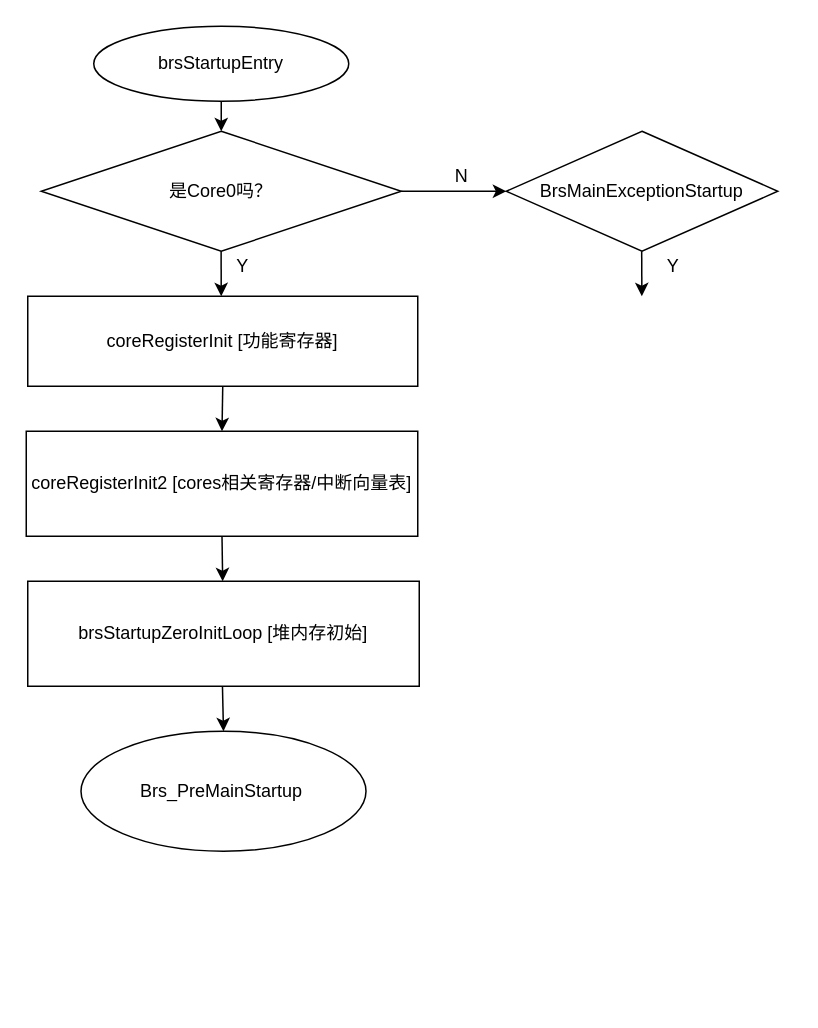
This is page "APP_BOOT" (1 of 4) of Untitled Diagram.drawio from muxi01/process_scheme, a draw.io file, before an edit. Source tidied: cells renumbered, new cells numbered last; positions are measured from the earlier drawing's top-left corner, leaving out a move shared by most shapes. Both pictures are drawn from the tidied source at 150%, with x=0, y=0 at pixel (26, 26).
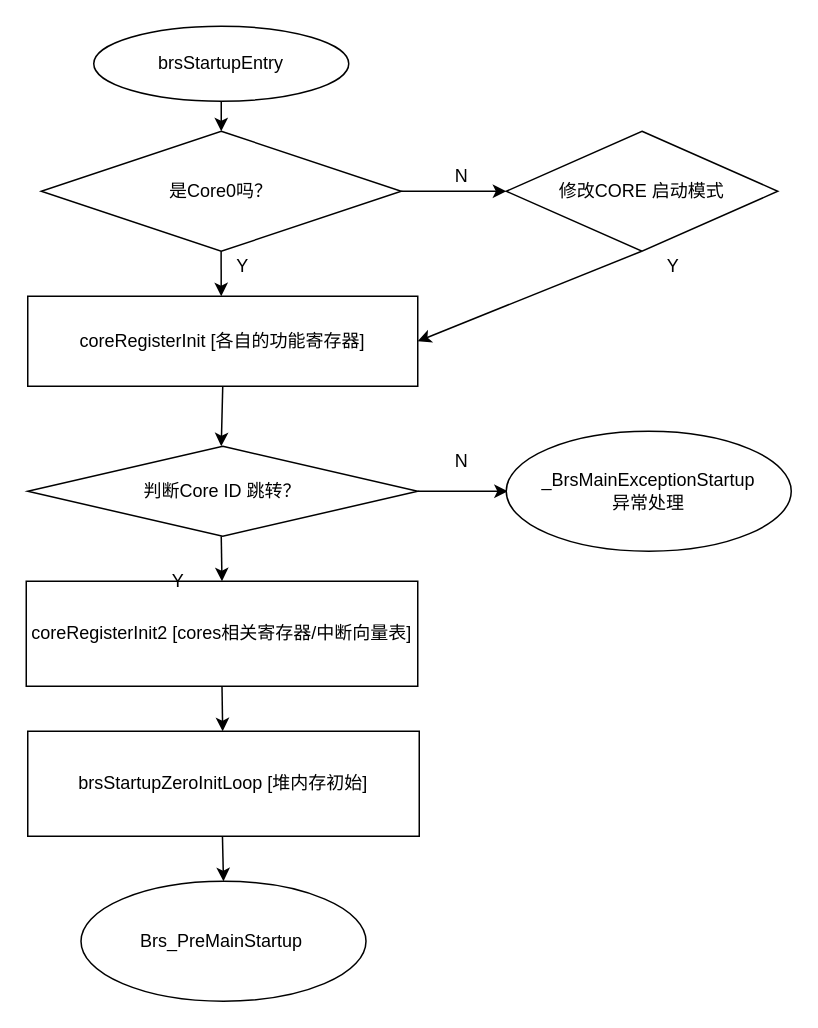
Above is the later version.

What changed in the source:
```diff
@@
-    <mxCell id="5" value="coreRegisterInit [功能寄存器]" style="rounded=0;whiteSpace=wrap;html=1;" parent="1" vertex="1">
+    <mxCell id="5" value="coreRegisterInit [各自的功能寄存器]" style="rounded=0;whiteSpace=wrap;html=1;" parent="1" vertex="1">
       <mxGeometry x="1" y="180" width="260" height="60" as="geometry" />
     </mxCell>
@@
-    <mxCell id="10" value="BrsMainExceptionStartup" style="rhombus;whiteSpace=wrap;html=1;" parent="1" vertex="1">
+    <mxCell id="10" value="修改CORE 启动模式" style="rhombus;whiteSpace=wrap;html=1;" parent="1" vertex="1">
       <mxGeometry x="320" y="70" width="181" height="80" as="geometry" />
     </mxCell>
@@
-    <mxCell id="12" style="endArrow=classic;html=1;rounded=0;exitX=0.5;exitY=1;exitDx=0;exitDy=0;" parent="1" edge="1">
+    <mxCell id="12" style="endArrow=classic;html=1;rounded=0;exitX=0.5;exitY=1;exitDx=0;exitDy=0;entryX=1;entryY=0.5;entryDx=0;entryDy=0;" parent="1" edge="1" target="5">
       <mxGeometry relative="1" as="geometry">
         <mxPoint x="410.3" y="150" as="sourcePoint" />
-        <mxPoint x="410.4" y="180" as="targetPoint" />
       </mxGeometry>
     </mxCell>
     <mxCell id="13" value="coreRegisterInit2 [cores相关寄存器/中断向量表]" style="rounded=0;whiteSpace=wrap;html=1;" parent="1" vertex="1">
-      <mxGeometry y="270" width="261" height="70" as="geometry" />
+      <mxGeometry y="370" width="261" height="70" as="geometry" />
     </mxCell>
-    <mxCell id="14" style="endArrow=classic;html=1;rounded=0;exitX=0.5;exitY=1;exitDx=0;exitDy=0;entryX=0.5;entryY=0;entryDx=0;entryDy=0;" parent="1" edge="1" source="5" target="13">
-      <mxGeometry relative="1" as="geometry" />
+    <mxCell id="14" style="endArrow=classic;html=1;rounded=0;exitX=0.5;exitY=1;exitDx=0;exitDy=0;entryX=0.5;entryY=0;entryDx=0;entryDy=0;" parent="1" edge="1" source="5">
+      <mxGeometry relative="1" as="geometry">
+        <mxPoint x="130" y="280" as="targetPoint" />
+      </mxGeometry>
     </mxCell>
     <mxCell id="15" value="brsStartupZeroInitLoop [堆内存初始]" style="rounded=0;whiteSpace=wrap;html=1;" parent="1" vertex="1">
-      <mxGeometry x="1" y="370" width="261" height="70" as="geometry" />
+      <mxGeometry x="1" y="470" width="261" height="70" as="geometry" />
     </mxCell>
@@
     <mxCell id="17" value="Brs_PreMainStartup&amp;nbsp;" style="ellipse;whiteSpace=wrap;html=1;" parent="1" vertex="1">
-      <mxGeometry x="36.5" y="470" width="190" height="80" as="geometry" />
+      <mxGeometry x="36.5" y="570" width="190" height="80" as="geometry" />
     </mxCell>
     <mxCell id="18" style="endArrow=classic;html=1;rounded=0;exitX=0.5;exitY=1;exitDx=0;exitDy=0;entryX=0.5;entryY=0;entryDx=0;entryDy=0;" parent="1" edge="1" target="17">
       <mxGeometry relative="1" as="geometry">
-        <mxPoint x="130.8" y="440" as="sourcePoint" />
+        <mxPoint x="130.8" y="540" as="sourcePoint" />
       </mxGeometry>
     </mxCell>
+    <mxCell id="19" style="endArrow=classic;html=1;rounded=0;entryX=0.5;entryY=0;entryDx=0;entryDy=0;exitX=0.5;exitY=1;exitDx=0;exitDy=0;" parent="1" edge="1" target="13">
+      <mxGeometry relative="1" as="geometry">
+        <mxPoint x="130" y="340" as="sourcePoint" />
+      </mxGeometry>
+    </mxCell>
+    <mxCell id="20" value="&lt;span style=&quot;&quot;&gt;判断Core ID 跳转？&lt;/span&gt;" style="rhombus;whiteSpace=wrap;html=1;" parent="1" vertex="1">
+      <mxGeometry x="1" y="280" width="260" height="60" as="geometry" />
+    </mxCell>
+    <mxCell id="21" value="Y" style="text;html=1;align=center;verticalAlign=middle;fillColor=none;strokeColor=none;rounded=0;" parent="1" vertex="1">
+      <mxGeometry x="91" y="360" width="20" height="20" as="geometry" />
+    </mxCell>
+    <mxCell id="22" value="N" style="text;html=1;align=center;verticalAlign=middle;fillColor=none;strokeColor=none;rounded=0;" parent="1" vertex="1">
+      <mxGeometry x="280" y="280" width="20" height="20" as="geometry" />
+    </mxCell>
+    <mxCell id="23" style="endArrow=classic;html=1;rounded=0;exitX=1;exitY=0.5;exitDx=0;exitDy=0;" parent="1" edge="1" source="20">
+      <mxGeometry relative="1" as="geometry">
+        <mxPoint x="321" y="310" as="targetPoint" />
+      </mxGeometry>
+    </mxCell>
+    <mxCell id="24" value="_BrsMainExceptionStartup &lt;br&gt;异常处理" style="ellipse;whiteSpace=wrap;html=1;" parent="1" vertex="1">
+      <mxGeometry x="320" y="270" width="190" height="80" as="geometry" />
+    </mxCell>
```
